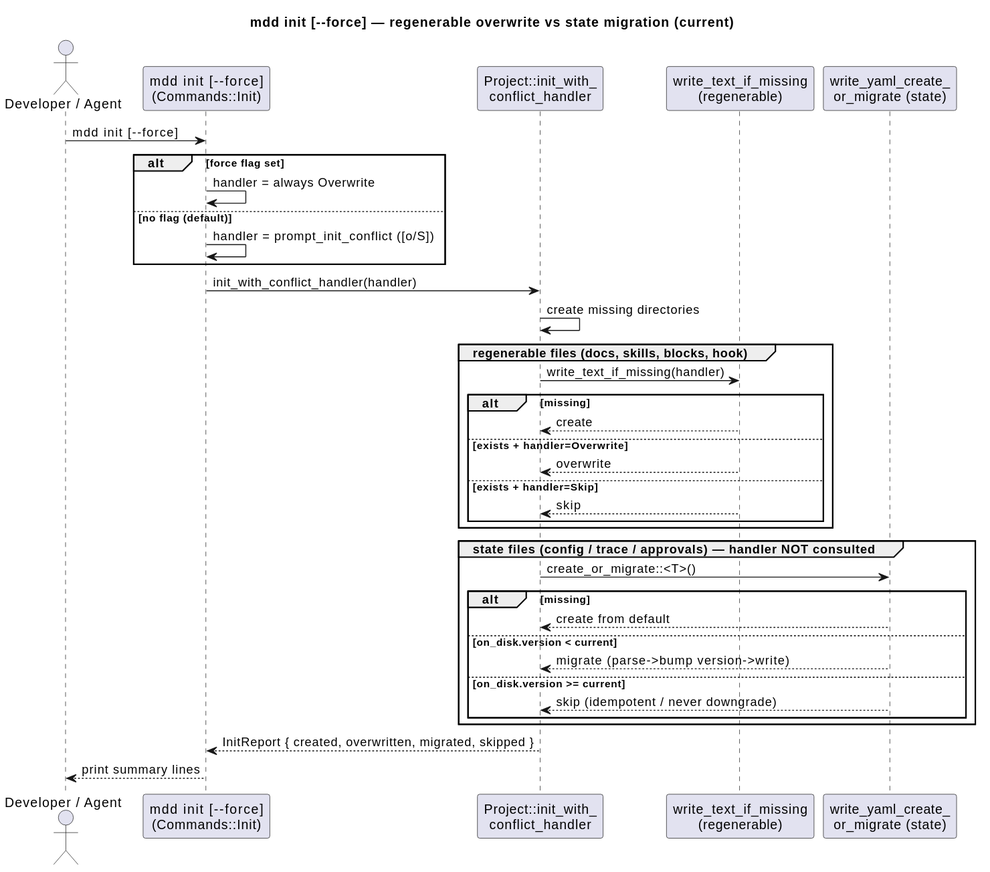
Above: .mdd/rendered/models/current/sequences/init-scaffold.svg in cthadeufaria/model-driven-development (PlantUML), before the change. The source it was exported from:
```plantuml
@startuml
title mdd init [--force] — regenerable overwrite vs state migration (current)

actor "Developer / Agent" as Dev
participant "mdd init [--force]\n(Commands::Init)" as Cli
participant "Project::init_with_\nconflict_handler" as Engine
participant "write_text_if_missing\n(regenerable)" as Text
participant "write_yaml_create_\nor_migrate (state)" as Yaml

Dev -> Cli : mdd init [--force]
alt force flag set
  Cli -> Cli : handler = always Overwrite
else no flag (default)
  Cli -> Cli : handler = prompt_init_conflict ([o/S])
end
Cli -> Engine : init_with_conflict_handler(handler)
Engine -> Engine : create missing directories

group regenerable files (docs, skills, blocks, hook)
  Engine -> Text : write_text_if_missing(handler)
  alt missing
    Text --> Engine : create
  else exists + handler=Overwrite
    Text --> Engine : overwrite
  else exists + handler=Skip
    Text --> Engine : skip
  end
end

group state files (config / trace / approvals) — handler NOT consulted
  Engine -> Yaml : create_or_migrate::<T>()
  alt missing
    Yaml --> Engine : create from default
  else on_disk.version < current
    Yaml --> Engine : migrate (parse->bump version->write)
  else on_disk.version >= current
    Yaml --> Engine : skip (idempotent / never downgrade)
  end
end

Engine --> Cli : InitReport { created, overwritten, migrated, skipped }
Cli --> Dev : print summary lines
@enduml
```
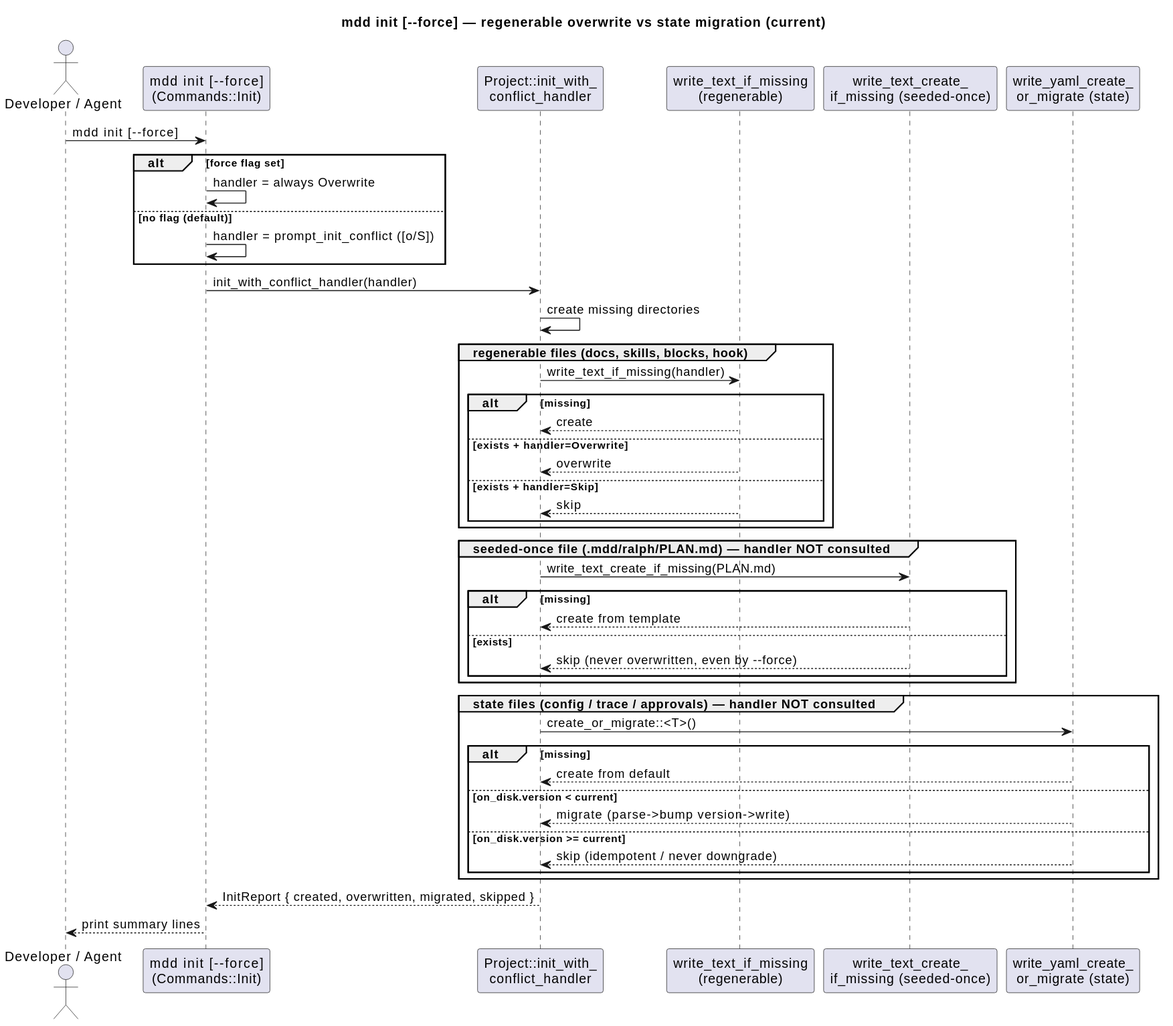
After the change.

Change to the diagram source:
```diff
@@ -5,6 +5,7 @@
 participant "mdd init [--force]\n(Commands::Init)" as Cli
 participant "Project::init_with_\nconflict_handler" as Engine
 participant "write_text_if_missing\n(regenerable)" as Text
+participant "write_text_create_\nif_missing (seeded-once)" as Seed
 participant "write_yaml_create_\nor_migrate (state)" as Yaml
 
 Dev -> Cli : mdd init [--force]
@@ -27,6 +28,15 @@
   end
 end
 
+group seeded-once file (.mdd/ralph/PLAN.md) — handler NOT consulted
+  Engine -> Seed : write_text_create_if_missing(PLAN.md)
+  alt missing
+    Seed --> Engine : create from template
+  else exists
+    Seed --> Engine : skip (never overwritten, even by --force)
+  end
+end
+
 group state files (config / trace / approvals) — handler NOT consulted
   Engine -> Yaml : create_or_migrate::<T>()
   alt missing
```
